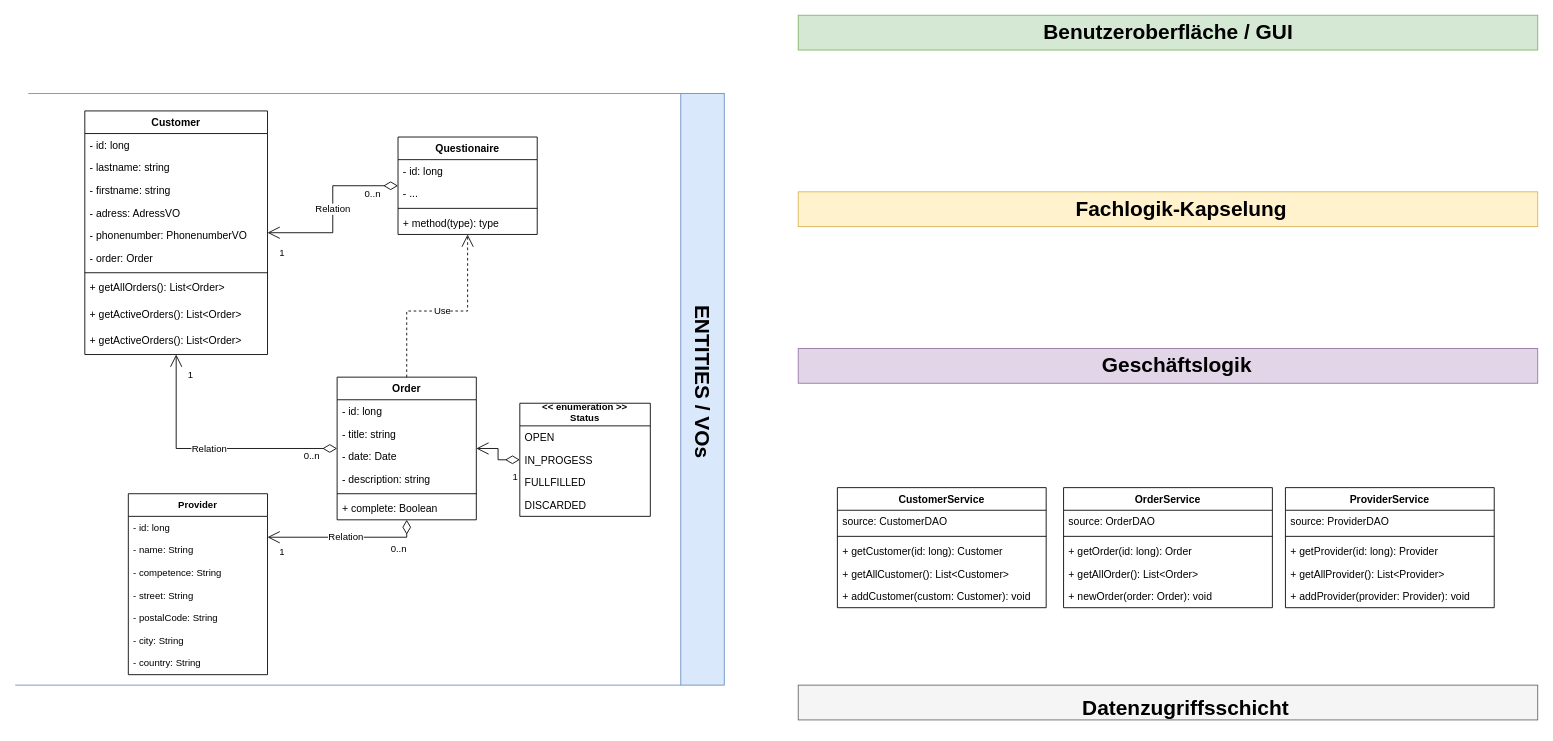
gl0bix/de.itconsult24 keeps this draw.io diagram as docu/UML_DIA.drawio. Above is the earlier version. Source tidied: cells renumbered, new cells numbered last; positions are measured from the earlier drawing's top-left corner, leaving out a move shared by most shapes. Both pictures are drawn from the tidied source at 87%, with x=0, y=0 at pixel (15, 15).
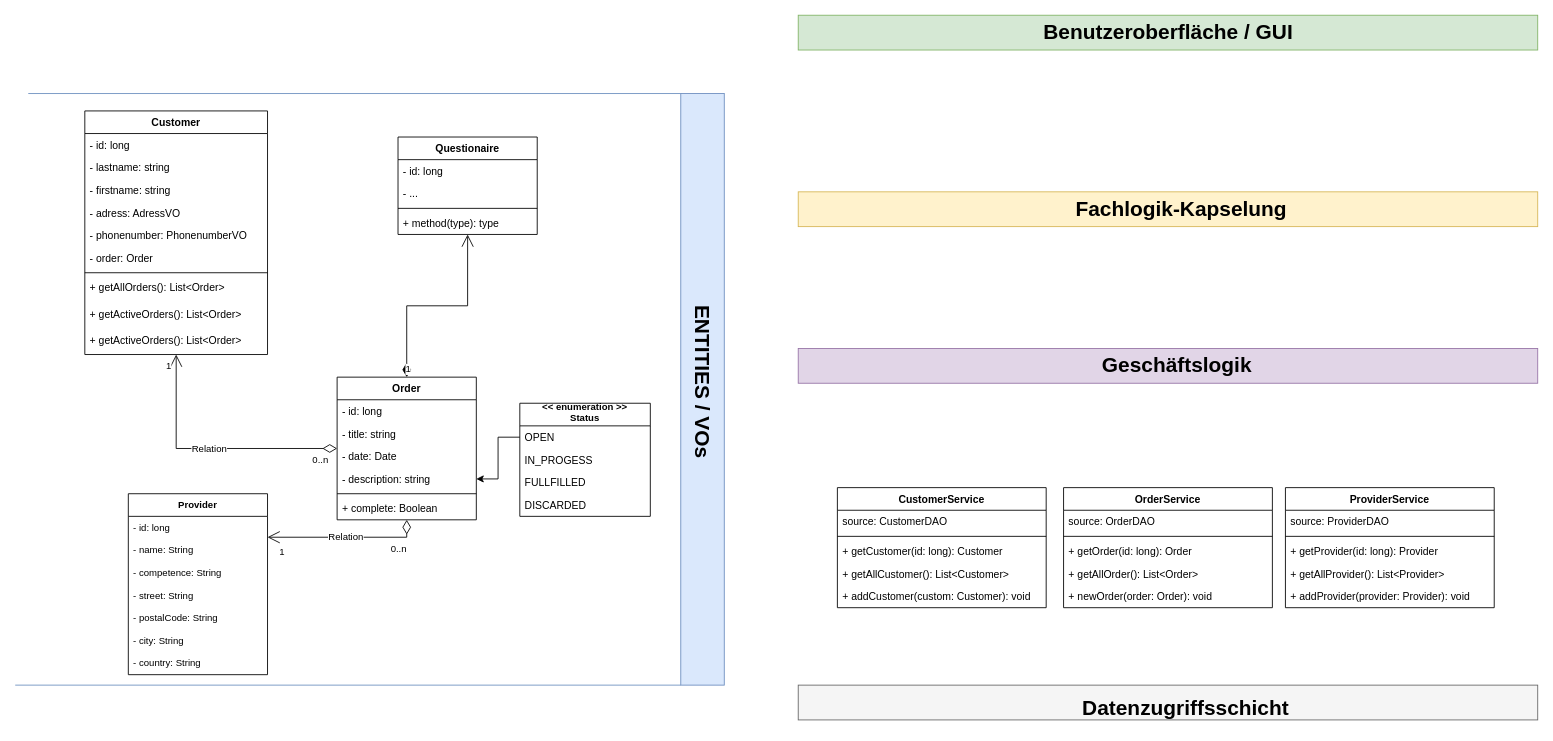
The same diagram, later.

The change refers to these unchanged cells:
```xml
<mxCell id="3" value="Customer" style="swimlane;fontStyle=1;align=center;verticalAlign=top;horizontal=1;startSize=26;" parent="1" vertex="1">
  <mxGeometry x="80" y="110" width="210" height="280" as="geometry" />
</mxCell>
<mxCell id="14" value="Order" style="swimlane;fontStyle=1;align=center;verticalAlign=top;horizontal=1;startSize=26;" parent="1" vertex="1">
  <mxGeometry x="370" y="416" width="160" height="164" as="geometry" />
</mxCell>
<mxCell id="18" value="- description: string" style="text;strokeColor=none;fillColor=none;align=left;verticalAlign=top;spacingLeft=4;spacingRight=4;overflow=hidden;points=[[0,0.5],[1,0.5]];portConstraint=eastwest;" parent="14" vertex="1">
  <mxGeometry y="104" width="160" height="26" as="geometry" />
</mxCell>
<mxCell id="21" value="&lt;&lt; enumeration &gt;&gt;&#10;Status" style="swimlane;fontStyle=1;horizontal=1;startSize=26;fillColor=none;verticalAlign=bottom;fontSize=11;" parent="1" vertex="1">
  <mxGeometry x="580" y="446" width="150" height="130" as="geometry" />
</mxCell>
<mxCell id="22" value="OPEN" style="text;strokeColor=none;fillColor=none;align=left;verticalAlign=top;spacingLeft=4;spacingRight=4;overflow=hidden;points=[[0,0.5],[1,0.5]];portConstraint=eastwest;" parent="21" vertex="1">
  <mxGeometry y="26" width="150" height="26" as="geometry" />
</mxCell>
<mxCell id="69" value="Questionaire" style="swimlane;fontStyle=1;align=center;verticalAlign=top;horizontal=1;startSize=26;" parent="1" vertex="1">
  <mxGeometry x="440" y="140" width="160" height="112" as="geometry" />
</mxCell>
<mxCell id="75" value="Relation" style="endArrow=open;html=1;endSize=12;startArrow=diamondThin;startSize=14;startFill=0;edgeStyle=orthogonalEdgeStyle;rounded=0;" parent="1" edge="1" source="14" target="3">
  <mxGeometry relative="1" as="geometry" />
</mxCell>
```

The edit, as a diff of the source:
```diff
@@
-    <mxCell id="63" value="Relation" style="endArrow=open;html=1;endSize=12;startArrow=diamondThin;startSize=14;startFill=0;edgeStyle=orthogonalEdgeStyle;rounded=0;" parent="1" edge="1" source="69" target="3">
-      <mxGeometry relative="1" as="geometry" />
-    </mxCell>
-    <mxCell id="64" value="0..n" style="edgeLabel;html=1;align=left;verticalAlign=top;" parent="63" vertex="1">
-      <mxGeometry x="-1" relative="1" as="geometry">
-        <mxPoint x="-40" y="-4" as="offset" />
-      </mxGeometry>
-    </mxCell>
-    <mxCell id="65" value="1" style="edgeLabel;html=1;align=right;verticalAlign=top;" parent="63" vertex="1">
-      <mxGeometry x="1" relative="1" as="geometry">
-        <mxPoint x="20" y="10" as="offset" />
-      </mxGeometry>
-    </mxCell>
@@
-    <mxCell id="74" value="1" style="endArrow=open;html=1;endSize=12;startArrow=diamondThin;startSize=14;startFill=0;edgeStyle=orthogonalEdgeStyle;align=left;verticalAlign=bottom;rounded=0;" parent="1" edge="1" source="21" target="14">
-      <mxGeometry x="-0.68" y="29" relative="1" as="geometry" />
-    </mxCell>
+    <mxCell id="79" style="edgeStyle=orthogonalEdgeStyle;rounded=0;jettySize=auto;html=1;" parent="1" edge="1" source="22" target="18">
+      <mxGeometry relative="1" as="geometry" />
+    </mxCell>
+    <mxCell id="78" value="1" style="endArrow=open;html=1;endSize=12;startArrow=diamondThin;startSize=14;startFill=1;edgeStyle=orthogonalEdgeStyle;align=left;verticalAlign=bottom;rounded=0;" parent="1" edge="1" source="14" target="69">
+      <mxGeometry x="-1" y="3" relative="1" as="geometry" />
+    </mxCell>
@@
-    <mxCell id="76" value="0..n" style="edgeLabel;html=1;align=left;verticalAlign=top;" parent="75" vertex="1">
-      <mxGeometry x="-1" relative="1" as="geometry">
-        <mxPoint x="-40" y="-4" as="offset" />
-      </mxGeometry>
-    </mxCell>
-    <mxCell id="77" value="1" style="edgeLabel;html=1;align=right;verticalAlign=top;" parent="75" vertex="1">
-      <mxGeometry x="1" relative="1" as="geometry">
-        <mxPoint x="20" y="10" as="offset" />
-      </mxGeometry>
-    </mxCell>
-    <mxCell id="78" value="Use" style="endArrow=open;endSize=12;dashed=1;html=1;rounded=0;" parent="1" edge="1" source="14" target="69">
-      <mxGeometry relative="1" as="geometry">
-        <Array as="points">
-          <mxPoint x="450" y="340" />
-          <mxPoint x="520" y="340" />
-        </Array>
-      </mxGeometry>
-    </mxCell>
+    <mxCell id="80" value="0..n" style="edgeLabel;html=1;align=left;verticalAlign=top;" parent="75" vertex="1">
+      <mxGeometry x="-1" relative="1" as="geometry">
+        <mxPoint x="-30" as="offset" />
+      </mxGeometry>
+    </mxCell>
+    <mxCell id="81" value="1" style="edgeLabel;html=1;align=right;verticalAlign=top;" parent="75" vertex="1">
+      <mxGeometry x="1" relative="1" as="geometry">
+        <mxPoint x="-5" as="offset" />
+      </mxGeometry>
+    </mxCell>
```
